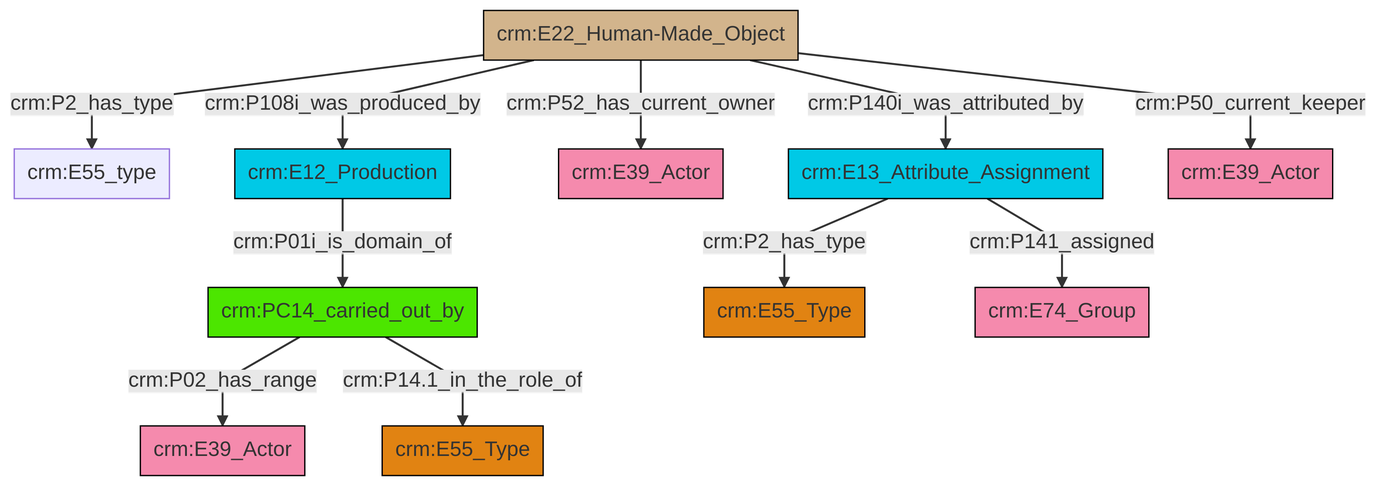
This is et/artworkCSV/ttl/mmd/png/Artwork_Actor_Relations.png from swiss-art-research-net/docs.swissartresearch, a Mermaid export, as it was before one commit. Its source is kept beside it as et/artworkCSV/ttl/mmd/Artwork_Actor_Relations.ttl.mmd.
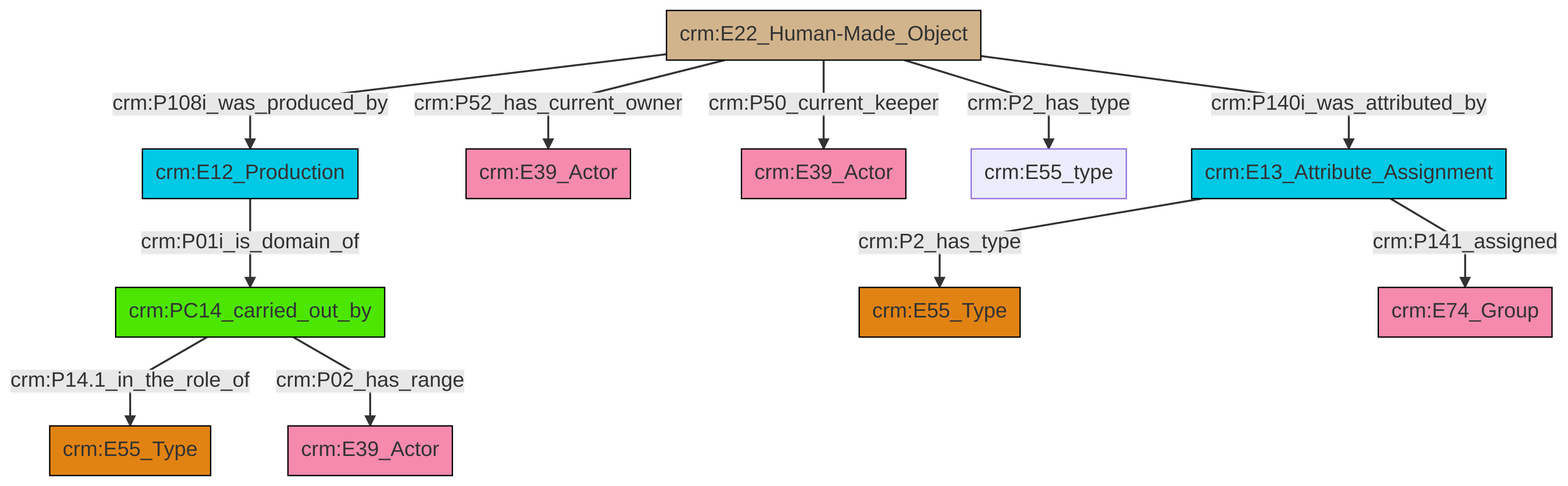
Above is the later version.

Diff of the diagram source:
```diff
@@ -13,13 +13,13 @@
 classDef PC_Classes fill:#4ce600, stroke:#000000;
 classDef Multi fill:#cccccc,stroke:#000000;
 
-2["crm:E22_Human-Made_Object"]:::Physical_Thing -->|crm:P2_has_type| 3["crm:E55_type"]:::Default
-2["crm:E22_Human-Made_Object"]:::Physical_Thing -->|crm:P108i_was_produced_by| 6["crm:E12_Production"]:::Temporal_Entity
-6["crm:E12_Production"]:::Temporal_Entity -->|crm:P01i_is_domain_of| 13["crm:PC14_carried_out_by"]:::PC_Classes
-13["crm:PC14_carried_out_by"]:::PC_Classes -->|crm:P02_has_range| 14["crm:E39_Actor"]:::Actor
-7["crm:E13_Attribute_Assignment"]:::Temporal_Entity -->|crm:P2_has_type| 0["crm:E55_Type"]:::Type
-13["crm:PC14_carried_out_by"]:::PC_Classes -->|crm:P14.1_in_the_role_of| 4["crm:E55_Type"]:::Type
-2["crm:E22_Human-Made_Object"]:::Physical_Thing -->|crm:P52_has_current_owner| 9["crm:E39_Actor"]:::Actor
-7["crm:E13_Attribute_Assignment"]:::Temporal_Entity -->|crm:P141_assigned| 15["crm:E74_Group"]:::Actor
-2["crm:E22_Human-Made_Object"]:::Physical_Thing -->|crm:P140i_was_attributed_by| 7["crm:E13_Attribute_Assignment"]:::Temporal_Entity
-2["crm:E22_Human-Made_Object"]:::Physical_Thing -->|crm:P50_current_keeper| 16["crm:E39_Actor"]:::Actor
+0["crm:E22_Human-Made_Object"]:::Physical_Thing -->|crm:P108i_was_produced_by| 1["crm:E12_Production"]:::Temporal_Entity
+1["crm:E12_Production"]:::Temporal_Entity -->|crm:P01i_is_domain_of| 3["crm:PC14_carried_out_by"]:::PC_Classes
+0["crm:E22_Human-Made_Object"]:::Physical_Thing -->|crm:P2_has_type| 14["crm:E55_type"]:::Default
+0["crm:E22_Human-Made_Object"]:::Physical_Thing -->|crm:P52_has_current_owner| 8["crm:E39_Actor"]:::Actor
+3["crm:PC14_carried_out_by"]:::PC_Classes -->|crm:P14.1_in_the_role_of| 6["crm:E55_Type"]:::Type
+0["crm:E22_Human-Made_Object"]:::Physical_Thing -->|crm:P50_current_keeper| 12["crm:E39_Actor"]:::Actor
+16["crm:E13_Attribute_Assignment"]:::Temporal_Entity -->|crm:P2_has_type| 4["crm:E55_Type"]:::Type
+16["crm:E13_Attribute_Assignment"]:::Temporal_Entity -->|crm:P141_assigned| 19["crm:E74_Group"]:::Actor
+0["crm:E22_Human-Made_Object"]:::Physical_Thing -->|crm:P140i_was_attributed_by| 16["crm:E13_Attribute_Assignment"]:::Temporal_Entity
+3["crm:PC14_carried_out_by"]:::PC_Classes -->|crm:P02_has_range| 10["crm:E39_Actor"]:::Actor
```
